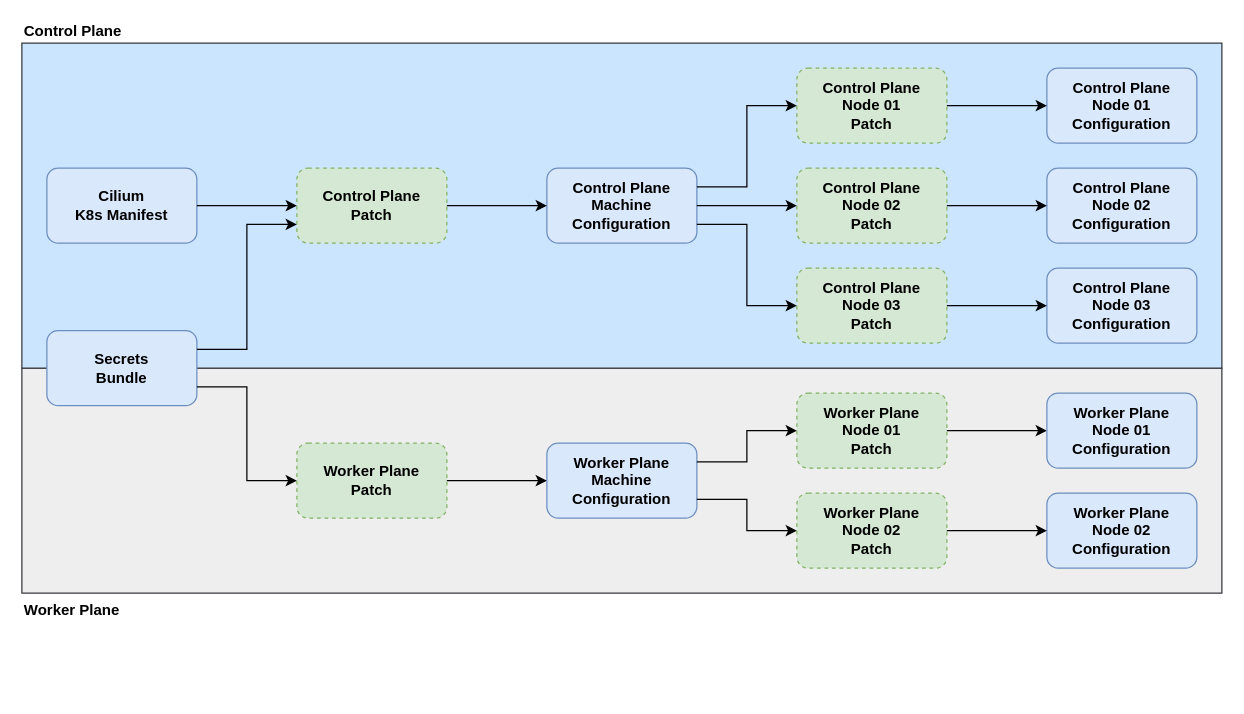
This is _assets/talos-machine-configurations.drawio from justingarfield/justingarfield.github.io, a draw.io file, before an edit. Source tidied: cells renumbered, new cells numbered last; positions are measured from the earlier drawing's top-left corner, leaving out a move shared by most shapes. Both pictures are drawn from the tidied source at 125%, with x=0, y=0 at pixel (21, 42).
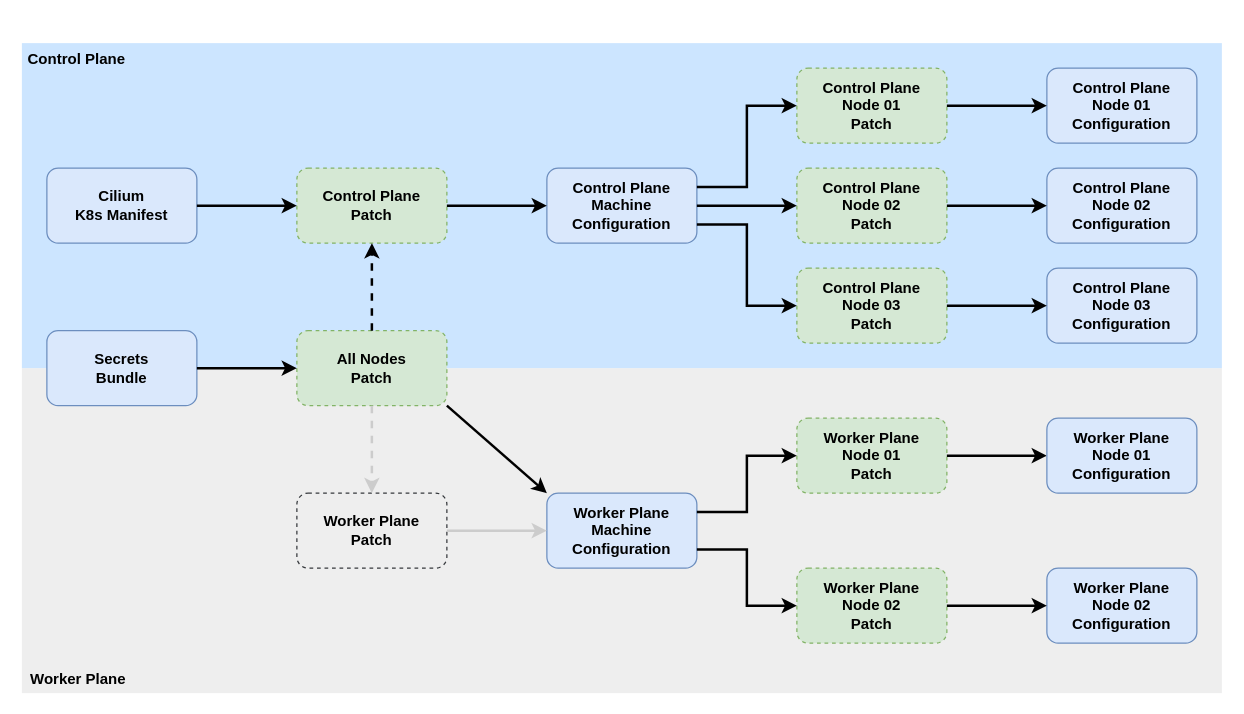
The same diagram, later.

Unchanged cells that the change refers to:
```xml
<mxCell id="4" value="Secrets&lt;br&gt;Bundle" style="rounded=1;whiteSpace=wrap;html=1;fillColor=#dae8fc;strokeColor=#6c8ebf;fontStyle=1;" parent="1" vertex="1">
  <mxGeometry x="20" y="230" width="120" height="60" as="geometry" />
</mxCell>
<mxCell id="5" value="Cilium&lt;br&gt;K8s Manifest" style="rounded=1;whiteSpace=wrap;html=1;fillColor=#dae8fc;strokeColor=#6c8ebf;fontStyle=1;" parent="1" vertex="1">
  <mxGeometry x="20" y="100" width="120" height="60" as="geometry" />
</mxCell>
<mxCell id="6" value="Control Plane&lt;br&gt;Patch" style="rounded=1;whiteSpace=wrap;html=1;fillColor=#d5e8d4;strokeColor=#82b366;dashed=1;fontStyle=1;" parent="1" vertex="1">
  <mxGeometry x="220" y="100" width="120" height="60" as="geometry" />
</mxCell>
<mxCell id="9" value="Control Plane&lt;br&gt;Node 01&lt;br&gt;Patch" style="rounded=1;whiteSpace=wrap;html=1;fillColor=#d5e8d4;strokeColor=#82b366;dashed=1;fontStyle=1;" parent="1" vertex="1">
  <mxGeometry x="620" y="20" width="120" height="60" as="geometry" />
</mxCell>
<mxCell id="10" value="Control Plane&lt;br style=&quot;border-color: var(--border-color);&quot;&gt;Node 02&lt;br style=&quot;border-color: var(--border-color);&quot;&gt;Patch" style="rounded=1;whiteSpace=wrap;html=1;fillColor=#d5e8d4;strokeColor=#82b366;dashed=1;fontStyle=1;" parent="1" vertex="1">
  <mxGeometry x="620" y="100" width="120" height="60" as="geometry" />
</mxCell>
<mxCell id="11" value="Control Plane&lt;br style=&quot;border-color: var(--border-color);&quot;&gt;Node 03&lt;br style=&quot;border-color: var(--border-color);&quot;&gt;Patch" style="rounded=1;whiteSpace=wrap;html=1;fillColor=#d5e8d4;strokeColor=#82b366;dashed=1;fontStyle=1;" parent="1" vertex="1">
  <mxGeometry x="620" y="180" width="120" height="60" as="geometry" />
</mxCell>
<mxCell id="15" value="Control Plane&lt;br&gt;Node 01&lt;br&gt;Configuration" style="rounded=1;whiteSpace=wrap;html=1;fillColor=#dae8fc;strokeColor=#6c8ebf;fontStyle=1;" parent="1" vertex="1">
  <mxGeometry x="820" y="20" width="120" height="60" as="geometry" />
</mxCell>
<mxCell id="16" value="Control Plane&lt;br&gt;Machine&lt;br&gt;Configuration" style="rounded=1;whiteSpace=wrap;html=1;fillColor=#dae8fc;strokeColor=#6c8ebf;fontStyle=1;" parent="1" vertex="1">
  <mxGeometry x="420" y="100" width="120" height="60" as="geometry" />
</mxCell>
<mxCell id="18" value="Control Plane&lt;br&gt;Node 02&lt;br&gt;Configuration" style="rounded=1;whiteSpace=wrap;html=1;fillColor=#dae8fc;strokeColor=#6c8ebf;fontStyle=1;" parent="1" vertex="1">
  <mxGeometry x="820" y="100" width="120" height="60" as="geometry" />
</mxCell>
<mxCell id="19" value="Control Plane&lt;br&gt;Node 03&lt;br&gt;Configuration" style="rounded=1;whiteSpace=wrap;html=1;fillColor=#dae8fc;strokeColor=#6c8ebf;fontStyle=1;" parent="1" vertex="1">
  <mxGeometry x="820" y="180" width="120" height="60" as="geometry" />
</mxCell>
```

What changed in the source:
```diff
@@
-    <mxCell id="2" value="Worker Plane" style="rounded=0;whiteSpace=wrap;html=1;fillColor=#eeeeee;strokeColor=#36393d;fontStyle=1;align=left;labelPosition=center;verticalLabelPosition=bottom;verticalAlign=top;" parent="1" vertex="1">
-      <mxGeometry y="260" width="960" height="180" as="geometry" />
+    <mxCell id="2" value="Worker Plane" style="rounded=0;whiteSpace=wrap;html=1;fillColor=#eeeeee;strokeColor=none;fontStyle=1;align=left;labelPosition=center;verticalLabelPosition=bottom;verticalAlign=top;spacingLeft=5;spacingBottom=0;spacingTop=-25;glass=0;" parent="1" vertex="1">
+      <mxGeometry y="260" width="960" height="260" as="geometry" />
     </mxCell>
-    <mxCell id="3" value="&lt;font color=&quot;#000000&quot;&gt;Control Plane&lt;/font&gt;" style="rounded=0;whiteSpace=wrap;html=1;fillColor=#cce5ff;strokeColor=#36393d;fontStyle=1;labelPosition=center;verticalLabelPosition=top;align=left;verticalAlign=bottom;" parent="1" vertex="1">
+    <mxCell id="3" value="&lt;font color=&quot;#000000&quot;&gt;Control Plane&lt;/font&gt;" style="rounded=0;whiteSpace=wrap;html=1;fillColor=#cce5ff;strokeColor=none;fontStyle=1;labelPosition=center;verticalLabelPosition=top;align=left;verticalAlign=bottom;horizontal=1;spacingTop=0;spacing=0;spacingBottom=-20;spacingLeft=5;" parent="1" vertex="1">
       <mxGeometry width="960" height="260" as="geometry" />
     </mxCell>
@@
-    <mxCell id="7" value="Worker Plane&lt;br&gt;Patch" style="rounded=1;whiteSpace=wrap;html=1;fillColor=#d5e8d4;strokeColor=#82b366;dashed=1;fontStyle=1;" parent="1" vertex="1">
-      <mxGeometry x="220" y="320" width="120" height="60" as="geometry" />
+    <mxCell id="7" value="Worker Plane&lt;br&gt;Patch" style="rounded=1;whiteSpace=wrap;html=1;fillColor=#eeeeee;strokeColor=#36393d;dashed=1;fontStyle=1;" parent="1" vertex="1">
+      <mxGeometry x="220" y="360" width="120" height="60" as="geometry" />
     </mxCell>
     <mxCell id="8" value="Worker Plane&lt;br style=&quot;border-color: var(--border-color);&quot;&gt;Node 01&lt;br style=&quot;border-color: var(--border-color);&quot;&gt;Patch" style="rounded=1;whiteSpace=wrap;html=1;fillColor=#d5e8d4;strokeColor=#82b366;dashed=1;fontStyle=1;" parent="1" vertex="1">
-      <mxGeometry x="620" y="280" width="120" height="60" as="geometry" />
+      <mxGeometry x="620" y="300" width="120" height="60" as="geometry" />
     </mxCell>
@@
-    <mxCell id="12" style="endArrow=classic;html=1;rounded=0;entryX=0;entryY=0.5;entryDx=0;entryDy=0;exitX=1;exitY=0.75;exitDx=0;exitDy=0;fontStyle=1;" parent="1" edge="1" source="4" target="7">
-      <mxGeometry relative="1" as="geometry">
-        <Array as="points">
-          <mxPoint x="180" y="275" />
-          <mxPoint x="180" y="350" />
-        </Array>
-      </mxGeometry>
-    </mxCell>
-    <mxCell id="13" style="endArrow=classic;html=1;rounded=0;exitX=1;exitY=0.5;exitDx=0;exitDy=0;entryX=0;entryY=0.5;entryDx=0;entryDy=0;fontStyle=1;" parent="1" edge="1" source="5" target="6">
+    <mxCell id="13" style="endArrow=classic;html=1;rounded=0;exitX=1;exitY=0.5;exitDx=0;exitDy=0;entryX=0;entryY=0.5;entryDx=0;entryDy=0;fontStyle=1;strokeWidth=2;" parent="1" edge="1" source="5" target="6">
       <mxGeometry relative="1" as="geometry" />
     </mxCell>
-    <mxCell id="14" style="endArrow=classic;html=1;rounded=0;exitX=1;exitY=0.25;exitDx=0;exitDy=0;entryX=0;entryY=0.75;entryDx=0;entryDy=0;fontStyle=1;" parent="1" edge="1" source="4" target="6">
-      <mxGeometry relative="1" as="geometry">
-        <Array as="points">
-          <mxPoint x="180" y="245" />
-          <mxPoint x="180" y="145" />
-        </Array>
-      </mxGeometry>
-    </mxCell>
@@
     <mxCell id="17" value="Worker Plane&lt;br&gt;Machine&lt;br&gt;Configuration" style="rounded=1;whiteSpace=wrap;html=1;fillColor=#dae8fc;strokeColor=#6c8ebf;fontStyle=1;" parent="1" vertex="1">
-      <mxGeometry x="420" y="320" width="120" height="60" as="geometry" />
+      <mxGeometry x="420" y="360" width="120" height="60" as="geometry" />
     </mxCell>
@@
-    <mxCell id="20" style="endArrow=classic;html=1;rounded=0;entryX=0;entryY=0.5;entryDx=0;entryDy=0;exitX=1;exitY=0.5;exitDx=0;exitDy=0;fontStyle=1;" parent="1" edge="1" source="6" target="16">
+    <mxCell id="20" style="endArrow=classic;html=1;rounded=0;entryX=0;entryY=0.5;entryDx=0;entryDy=0;exitX=1;exitY=0.5;exitDx=0;exitDy=0;fontStyle=1;strokeWidth=2;" parent="1" edge="1" source="6" target="16">
       <mxGeometry relative="1" as="geometry" />
     </mxCell>
-    <mxCell id="21" style="endArrow=classic;html=1;rounded=0;entryX=0;entryY=0.5;entryDx=0;entryDy=0;exitX=1;exitY=0.5;exitDx=0;exitDy=0;fontStyle=1;" parent="1" edge="1" source="7" target="17">
+    <mxCell id="21" style="endArrow=classic;html=1;rounded=0;entryX=0;entryY=0.5;entryDx=0;entryDy=0;exitX=1;exitY=0.5;exitDx=0;exitDy=0;fontStyle=1;strokeWidth=2;fillColor=#eeeeee;strokeColor=#CCCCCC;" parent="1" edge="1" source="7" target="17">
       <mxGeometry relative="1" as="geometry" />
     </mxCell>
-    <mxCell id="22" style="endArrow=classic;html=1;rounded=0;entryX=0;entryY=0.5;entryDx=0;entryDy=0;exitX=1;exitY=0.25;exitDx=0;exitDy=0;fontStyle=1;" parent="1" edge="1" source="17" target="8">
+    <mxCell id="22" style="endArrow=classic;html=1;rounded=0;entryX=0;entryY=0.5;entryDx=0;entryDy=0;exitX=1;exitY=0.25;exitDx=0;exitDy=0;fontStyle=1;strokeWidth=2;" parent="1" edge="1" source="17" target="8">
       <mxGeometry relative="1" as="geometry">
         <Array as="points">
-          <mxPoint x="580" y="335" />
-          <mxPoint x="580" y="310" />
+          <mxPoint x="580" y="375" />
+          <mxPoint x="580" y="330" />
         </Array>
       </mxGeometry>
     </mxCell>
-    <mxCell id="23" style="endArrow=classic;html=1;rounded=0;entryX=0;entryY=0.5;entryDx=0;entryDy=0;exitX=1;exitY=0.25;exitDx=0;exitDy=0;fontStyle=1;" parent="1" edge="1" source="16" target="9">
+    <mxCell id="23" style="endArrow=classic;html=1;rounded=0;entryX=0;entryY=0.5;entryDx=0;entryDy=0;exitX=1;exitY=0.25;exitDx=0;exitDy=0;fontStyle=1;strokeWidth=2;" parent="1" edge="1" source="16" target="9">
       <mxGeometry relative="1" as="geometry">
         <Array as="points">
           <mxPoint x="580" y="115" />
           <mxPoint x="580" y="50" />
         </Array>
       </mxGeometry>
     </mxCell>
-    <mxCell id="24" style="endArrow=classic;html=1;rounded=0;entryX=0;entryY=0.5;entryDx=0;entryDy=0;exitX=1;exitY=0.5;exitDx=0;exitDy=0;fontStyle=1;" parent="1" edge="1" source="16" target="10">
+    <mxCell id="24" style="endArrow=classic;html=1;rounded=0;entryX=0;entryY=0.5;entryDx=0;entryDy=0;exitX=1;exitY=0.5;exitDx=0;exitDy=0;fontStyle=1;strokeWidth=2;" parent="1" edge="1" source="16" target="10">
       <mxGeometry relative="1" as="geometry" />
     </mxCell>
-    <mxCell id="25" style="endArrow=classic;html=1;rounded=0;entryX=0;entryY=0.5;entryDx=0;entryDy=0;exitX=1;exitY=0.75;exitDx=0;exitDy=0;fontStyle=1;" parent="1" edge="1" source="16" target="11">
+    <mxCell id="25" style="endArrow=classic;html=1;rounded=0;entryX=0;entryY=0.5;entryDx=0;entryDy=0;exitX=1;exitY=0.75;exitDx=0;exitDy=0;fontStyle=1;strokeWidth=2;" parent="1" edge="1" source="16" target="11">
       <mxGeometry relative="1" as="geometry">
         <Array as="points">
           <mxPoint x="580" y="145" />
           <mxPoint x="580" y="210" />
         </Array>
       </mxGeometry>
     </mxCell>
-    <mxCell id="26" style="endArrow=classic;html=1;rounded=0;entryX=0;entryY=0.5;entryDx=0;entryDy=0;exitX=1;exitY=0.5;exitDx=0;exitDy=0;fontStyle=1;" parent="1" edge="1" source="8" target="27">
+    <mxCell id="26" style="endArrow=classic;html=1;rounded=0;entryX=0;entryY=0.5;entryDx=0;entryDy=0;exitX=1;exitY=0.5;exitDx=0;exitDy=0;fontStyle=1;strokeWidth=2;" parent="1" edge="1" source="8" target="27">
       <mxGeometry relative="1" as="geometry" />
     </mxCell>
     <mxCell id="27" value="Worker Plane&lt;br&gt;Node 01&lt;br&gt;Configuration" style="rounded=1;whiteSpace=wrap;html=1;fillColor=#dae8fc;strokeColor=#6c8ebf;fontStyle=1;" parent="1" vertex="1">
-      <mxGeometry x="820" y="280" width="120" height="60" as="geometry" />
+      <mxGeometry x="820" y="300" width="120" height="60" as="geometry" />
     </mxCell>
-    <mxCell id="28" style="endArrow=classic;html=1;rounded=0;entryX=0;entryY=0.5;entryDx=0;entryDy=0;exitX=1;exitY=0.5;exitDx=0;exitDy=0;fontStyle=1;" parent="1" edge="1" source="11" target="19">
+    <mxCell id="28" style="endArrow=classic;html=1;rounded=0;entryX=0;entryY=0.5;entryDx=0;entryDy=0;exitX=1;exitY=0.5;exitDx=0;exitDy=0;fontStyle=1;strokeWidth=2;" parent="1" edge="1" source="11" target="19">
       <mxGeometry relative="1" as="geometry" />
     </mxCell>
-    <mxCell id="29" style="endArrow=classic;html=1;rounded=0;entryX=0;entryY=0.5;entryDx=0;entryDy=0;exitX=1;exitY=0.5;exitDx=0;exitDy=0;fontStyle=1;" parent="1" edge="1" source="10" target="18">
+    <mxCell id="29" style="endArrow=classic;html=1;rounded=0;entryX=0;entryY=0.5;entryDx=0;entryDy=0;exitX=1;exitY=0.5;exitDx=0;exitDy=0;fontStyle=1;strokeWidth=2;" parent="1" edge="1" source="10" target="18">
       <mxGeometry relative="1" as="geometry" />
     </mxCell>
-    <mxCell id="30" style="endArrow=classic;html=1;rounded=0;entryX=0;entryY=0.5;entryDx=0;entryDy=0;exitX=1;exitY=0.5;exitDx=0;exitDy=0;fontStyle=1;" parent="1" edge="1" source="9" target="15">
+    <mxCell id="30" style="endArrow=classic;html=1;rounded=0;entryX=0;entryY=0.5;entryDx=0;entryDy=0;exitX=1;exitY=0.5;exitDx=0;exitDy=0;fontStyle=1;strokeWidth=2;" parent="1" edge="1" source="9" target="15">
       <mxGeometry relative="1" as="geometry" />
     </mxCell>
     <mxCell id="31" value="Worker Plane&lt;br&gt;Node 02&lt;br&gt;Configuration" style="rounded=1;whiteSpace=wrap;html=1;fillColor=#dae8fc;strokeColor=#6c8ebf;fontStyle=1;" parent="1" vertex="1">
-      <mxGeometry x="820" y="360" width="120" height="60" as="geometry" />
+      <mxGeometry x="820" y="420" width="120" height="60" as="geometry" />
     </mxCell>
     <mxCell id="32" value="Worker Plane&lt;br style=&quot;border-color: var(--border-color);&quot;&gt;Node 02&lt;br style=&quot;border-color: var(--border-color);&quot;&gt;Patch" style="rounded=1;whiteSpace=wrap;html=1;fillColor=#d5e8d4;strokeColor=#82b366;dashed=1;fontStyle=1;" parent="1" vertex="1">
-      <mxGeometry x="620" y="360" width="120" height="60" as="geometry" />
+      <mxGeometry x="620" y="420" width="120" height="60" as="geometry" />
     </mxCell>
-    <mxCell id="33" style="endArrow=classic;html=1;rounded=0;entryX=0;entryY=0.5;entryDx=0;entryDy=0;exitX=1;exitY=0.75;exitDx=0;exitDy=0;fontStyle=1;" parent="1" edge="1" source="17" target="32">
+    <mxCell id="33" style="endArrow=classic;html=1;rounded=0;entryX=0;entryY=0.5;entryDx=0;entryDy=0;exitX=1;exitY=0.75;exitDx=0;exitDy=0;fontStyle=1;strokeWidth=2;" parent="1" edge="1" source="17" target="32">
       <mxGeometry relative="1" as="geometry">
         <Array as="points">
-          <mxPoint x="580" y="365" />
-          <mxPoint x="580" y="390" />
+          <mxPoint x="580" y="405" />
+          <mxPoint x="580" y="450" />
         </Array>
       </mxGeometry>
     </mxCell>
-    <mxCell id="34" style="endArrow=classic;html=1;rounded=0;entryX=0;entryY=0.5;entryDx=0;entryDy=0;exitX=1;exitY=0.5;exitDx=0;exitDy=0;fontStyle=1;" parent="1" edge="1" source="32" target="31">
+    <mxCell id="34" style="endArrow=classic;html=1;rounded=0;entryX=0;entryY=0.5;entryDx=0;entryDy=0;exitX=1;exitY=0.5;exitDx=0;exitDy=0;fontStyle=1;strokeWidth=2;" parent="1" edge="1" source="32" target="31">
       <mxGeometry relative="1" as="geometry" />
     </mxCell>
+    <mxCell id="35" value="All Nodes&lt;br&gt;Patch" style="rounded=1;whiteSpace=wrap;html=1;fillColor=#d5e8d4;strokeColor=#82b366;dashed=1;fontStyle=1;" parent="1" vertex="1">
+      <mxGeometry x="220" y="230" width="120" height="60" as="geometry" />
+    </mxCell>
+    <mxCell id="36" style="endArrow=classic;html=1;rounded=0;exitX=1;exitY=0.5;exitDx=0;exitDy=0;entryX=0;entryY=0.5;entryDx=0;entryDy=0;strokeWidth=2;" parent="1" edge="1" source="4" target="35">
+      <mxGeometry relative="1" as="geometry" />
+    </mxCell>
+    <mxCell id="37" style="endArrow=classic;html=1;rounded=0;entryX=0.5;entryY=1;entryDx=0;entryDy=0;strokeWidth=2;dashed=1;" parent="1" edge="1" source="35" target="6">
+      <mxGeometry relative="1" as="geometry" />
+    </mxCell>
+    <mxCell id="38" style="endArrow=classic;html=1;rounded=0;exitX=0.5;exitY=1;exitDx=0;exitDy=0;entryX=0.5;entryY=0;entryDx=0;entryDy=0;strokeWidth=2;dashed=1;fillColor=#eeeeee;strokeColor=#CCCCCC;" parent="1" edge="1" source="35" target="7">
+      <mxGeometry relative="1" as="geometry" />
+    </mxCell>
+    <mxCell id="39" style="endArrow=classic;html=1;rounded=0;entryX=0;entryY=0;entryDx=0;entryDy=0;strokeWidth=2;exitX=1;exitY=1;exitDx=0;exitDy=0;" parent="1" edge="1" source="35" target="17">
+      <mxGeometry relative="1" as="geometry" />
+    </mxCell>
```
